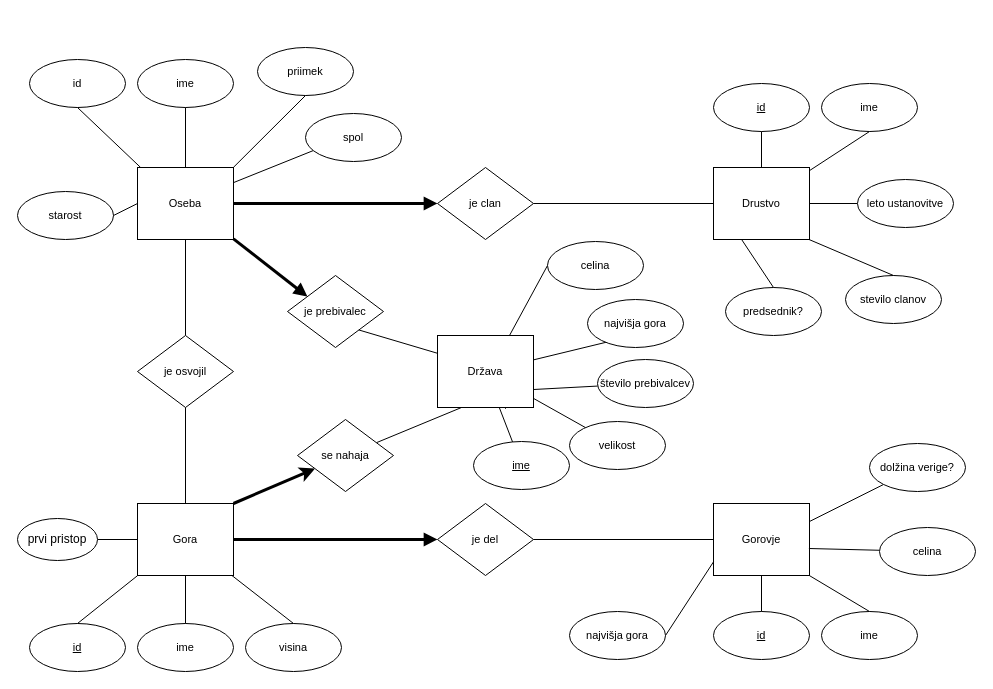
kokosinekm/Pohodnistvo keeps this draw.io diagram as Diagram/Pohodnistvo diagram.drawio. Above is the earlier version. Source tidied: cells renumbered, new cells numbered last; positions are measured from the earlier drawing's top-left corner, leaving out a move shared by most shapes. Both pictures are drawn from the tidied source at 100%, with x=0, y=0 at pixel (17, 47).
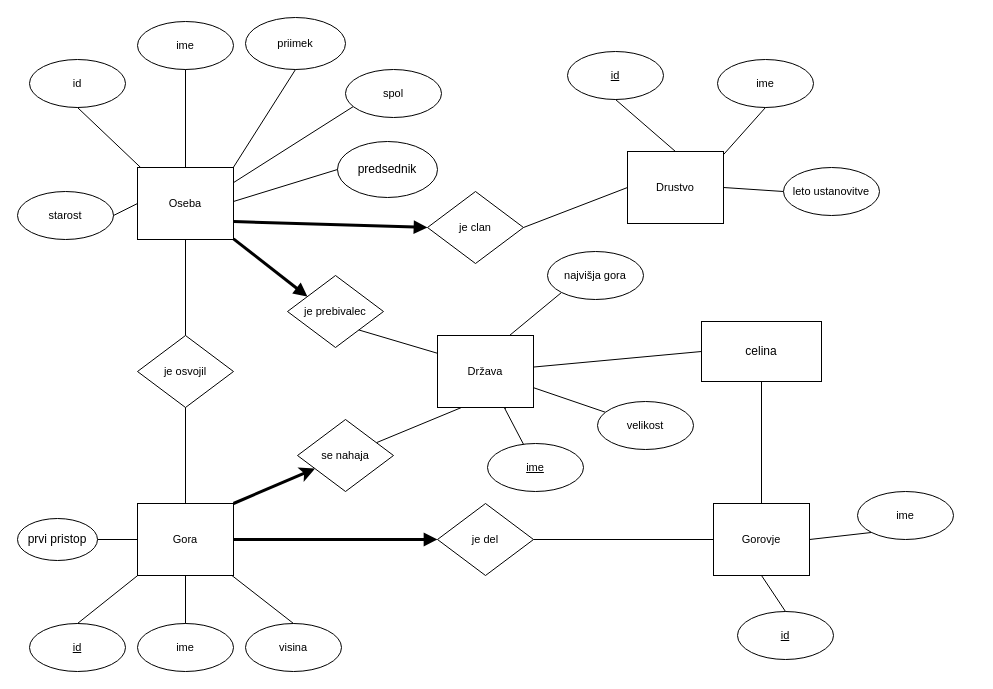
The same page after the edit.

Unchanged cells that the change refers to:
```xml
<mxCell id="2" value="Oseba" style="html=1;whiteSpace=wrap;fontSize=11;fontColor=#000000;spacing=3;strokeOpacity=100;" parent="1" vertex="1">
  <mxGeometry x="120" y="120" width="96" height="72" as="geometry" />
</mxCell>
<mxCell id="32" value="Gorovje" style="html=1;whiteSpace=wrap;fontSize=11;fontColor=#000000;spacing=3;strokeOpacity=100;" parent="1" vertex="1">
  <mxGeometry x="696" y="456" width="96" height="72" as="geometry" />
</mxCell>
<mxCell id="42" value="Država" style="html=1;whiteSpace=wrap;fontSize=11;fontColor=#000000;spacing=3;strokeOpacity=100;" parent="1" vertex="1">
  <mxGeometry x="420" y="288" width="96" height="72" as="geometry" />
</mxCell>
```

The edit, as a diff of the source:
```diff
@@
     <mxCell id="4" value="priimek" style="html=1;whiteSpace=wrap;ellipse;fontSize=11;fontColor=#000000;spacing=3;strokeOpacity=100;" parent="1" vertex="1">
-      <mxGeometry x="240" width="96" height="48" as="geometry" />
+      <mxGeometry x="228" y="-30" width="100" height="52" as="geometry" />
     </mxCell>
     <mxCell id="5" value="ime" style="html=1;whiteSpace=wrap;ellipse;fontSize=11;fontColor=#000000;spacing=3;strokeOpacity=100;" parent="1" vertex="1">
-      <mxGeometry x="120" y="12" width="96" height="48" as="geometry" />
+      <mxGeometry x="120" y="-26" width="96" height="48" as="geometry" />
     </mxCell>
@@
     <mxCell id="8" value="je clan" style="html=1;whiteSpace=wrap;rhombus;fontSize=11;fontColor=#000000;spacing=3;strokeOpacity=100;" parent="1" vertex="1">
-      <mxGeometry x="420" y="120" width="96" height="72" as="geometry" />
+      <mxGeometry x="410" y="144" width="96" height="72" as="geometry" />
     </mxCell>
     <mxCell id="9" value="Drustvo" style="html=1;whiteSpace=wrap;fontSize=11;fontColor=#000000;spacing=3;strokeOpacity=100;" parent="1" vertex="1">
-      <mxGeometry x="696" y="120" width="96" height="72" as="geometry" />
+      <mxGeometry x="610" y="104" width="96" height="72" as="geometry" />
     </mxCell>
     <mxCell id="10" value="id" style="html=1;whiteSpace=wrap;ellipse;fontSize=11;fontColor=#000000;fontStyle=4;spacing=3;strokeOpacity=100;" parent="1" vertex="1">
-      <mxGeometry x="696" y="36" width="96" height="48" as="geometry" />
+      <mxGeometry x="550" y="4" width="96" height="48" as="geometry" />
     </mxCell>
     <mxCell id="11" value="ime" style="html=1;whiteSpace=wrap;ellipse;fontSize=11;fontColor=#000000;spacing=3;strokeOpacity=100;" parent="1" vertex="1">
-      <mxGeometry x="804" y="36" width="96" height="48" as="geometry" />
+      <mxGeometry x="700" y="12" width="96" height="48" as="geometry" />
     </mxCell>
@@
-    <mxCell id="13" style="html=1;jettySize=18;fontSize=11;strokeOpacity=100;strokeWidth=3;rounded=1;arcSize=0;startArrow=none;endArrow=block;endFill=1;exitX=1.00625;exitY=0.5;exitPerimeter=1;entryX=-0.010416666666666696;entryY=0.5;entryPerimeter=1;" parent="1" edge="1" source="2" target="8">
-      <mxGeometry relative="1" as="geometry" />
+    <mxCell id="13" style="html=1;jettySize=18;fontSize=11;strokeOpacity=100;strokeWidth=3;rounded=1;arcSize=0;startArrow=none;endArrow=block;endFill=1;entryX=-0.010416666666666696;entryY=0.5;entryPerimeter=1;" parent="1" edge="1" target="8">
+      <mxGeometry relative="1" as="geometry">
+        <mxPoint x="216" y="174" as="sourcePoint" />
+      </mxGeometry>
     </mxCell>
@@
-    <mxCell id="30" style="rounded=0;jettySize=auto;html=1;exitX=1;exitY=0.25;exitDx=0;exitDy=0;entryX=0;entryY=1;entryDx=0;entryDy=0;strokeColor=none;" parent="1" edge="1" source="32" target="62">
-      <mxGeometry relative="1" as="geometry" />
+    <mxCell id="30" style="rounded=0;jettySize=auto;html=1;exitX=1;exitY=0.25;exitDx=0;exitDy=0;entryX=0;entryY=1;entryDx=0;entryDy=0;strokeColor=none;" parent="1" edge="1" source="32">
+      <mxGeometry relative="1" as="geometry">
+        <mxPoint x="866.1" y="437" as="targetPoint" />
+      </mxGeometry>
     </mxCell>
-    <mxCell id="31" style="edgeStyle=none;rounded=0;jettySize=auto;html=1;exitX=1;exitY=0.25;exitDx=0;exitDy=0;entryX=0;entryY=1;entryDx=0;entryDy=0;startArrow=none;startFill=0;endArrow=none;endFill=0;strokeColor=#000000;" parent="1" edge="1" source="32" target="62">
-      <mxGeometry relative="1" as="geometry" />
-    </mxCell>
@@
     <mxCell id="35" value="id" style="html=1;whiteSpace=wrap;ellipse;fontSize=11;fontColor=#000000;fontStyle=4;spacing=3;strokeOpacity=100;" parent="1" vertex="1">
-      <mxGeometry x="696" y="564" width="96" height="48" as="geometry" />
+      <mxGeometry x="720" y="564" width="96" height="48" as="geometry" />
     </mxCell>
     <mxCell id="36" value="ime" style="html=1;whiteSpace=wrap;ellipse;fontSize=11;fontColor=#000000;spacing=3;strokeOpacity=100;" parent="1" vertex="1">
-      <mxGeometry x="804" y="564" width="96" height="48" as="geometry" />
+      <mxGeometry x="840" y="444" width="96" height="48" as="geometry" />
     </mxCell>
@@
-    <mxCell id="38" style="html=1;jettySize=18;fontSize=11;strokeOpacity=100;rounded=1;arcSize=0;startArrow=none;endArrow=none;exitX=1.00625;exitY=1.0083333333333333;exitPerimeter=1;entryX=0.5;entryY=-0.012500106582112824;entryPerimeter=1;" parent="1" edge="1" source="32" target="36">
+    <mxCell id="38" style="html=1;jettySize=18;fontSize=11;strokeOpacity=100;rounded=1;arcSize=0;startArrow=none;endArrow=none;exitX=1;exitY=0.5;entryX=0;entryY=1;entryDx=0;entryDy=0;exitDx=0;exitDy=0;" parent="1" edge="1" source="32" target="36">
       <mxGeometry relative="1" as="geometry" />
     </mxCell>
@@
-    <mxCell id="40" style="html=1;jettySize=18;fontSize=11;strokeOpacity=100;rounded=1;arcSize=0;startArrow=none;endArrow=none;" parent="1" edge="1">
-      <mxGeometry relative="1" as="geometry">
-        <mxPoint x="517" y="156" as="sourcePoint" />
-        <mxPoint x="695" y="156" as="targetPoint" />
-      </mxGeometry>
-    </mxCell>
@@
-    <mxCell id="46" style="html=1;jettySize=18;fontSize=11;strokeOpacity=100;rounded=1;arcSize=0;startArrow=none;endArrow=none;exitX=-0.00625005371627152;exitY=0.5;exitPerimeter=1;entryX=0.75;entryY=0;entryDx=0;entryDy=0;" parent="1" edge="1" source="54" target="42">
-      <mxGeometry relative="1" as="geometry" />
-    </mxCell>
-    <mxCell id="47" style="html=1;jettySize=18;fontSize=11;strokeOpacity=100;rounded=1;arcSize=0;startArrow=none;endArrow=none;exitX=-0.00625;exitY=0.8143018915496479;exitPerimeter=1;entryX=1.0062500537162715;entryY=0.5;entryPerimeter=1;" parent="1" edge="1" source="32" target="57">
-      <mxGeometry relative="1" as="geometry" />
-    </mxCell>
-    <mxCell id="48" style="html=1;jettySize=18;fontSize=11;strokeOpacity=100;rounded=1;arcSize=0;startArrow=none;endArrow=none;exitX=1.0062500537162715;exitY=0.5;exitPerimeter=1;" parent="1" edge="1" source="55" target="42">
+    <mxCell id="48" style="html=1;jettySize=18;fontSize=11;strokeOpacity=100;rounded=1;arcSize=0;startArrow=none;endArrow=none;exitX=0;exitY=1;exitDx=0;exitDy=0;entryX=0.75;entryY=0;entryDx=0;entryDy=0;" parent="1" edge="1" source="55" target="42">
       <mxGeometry relative="1" as="geometry" />
     </mxCell>
@@
     <mxCell id="50" value="spol" style="html=1;whiteSpace=wrap;ellipse;fontSize=11;fontColor=#000000;align=center;spacing=3;strokeOpacity=100;fillOpacity=100;fillColor=#ffffff;" parent="1" vertex="1">
-      <mxGeometry x="288" y="66" width="96" height="48" as="geometry" />
+      <mxGeometry x="328" y="22" width="96" height="48" as="geometry" />
     </mxCell>
@@
-    <mxCell id="54" value="celina" style="html=1;whiteSpace=wrap;ellipse;fontSize=11;fontColor=#000000;align=center;spacing=3;strokeOpacity=100;fillOpacity=100;fillColor=#ffffff;" parent="1" vertex="1">
-      <mxGeometry x="530" y="194" width="96" height="48" as="geometry" />
-    </mxCell>
     <mxCell id="55" value="najvišja gora" style="html=1;whiteSpace=wrap;ellipse;fontSize=11;fontColor=#000000;align=center;spacing=3;strokeOpacity=100;fillOpacity=100;fillColor=#ffffff;" parent="1" vertex="1">
-      <mxGeometry x="570" y="252" width="96" height="48" as="geometry" />
+      <mxGeometry x="530" y="204" width="96" height="48" as="geometry" />
     </mxCell>
     <mxCell id="56" value="leto ustanovitve" style="html=1;whiteSpace=wrap;ellipse;fontSize=11;fontColor=#000000;align=center;spacing=3;strokeOpacity=100;fillOpacity=100;fillColor=#ffffff;" parent="1" vertex="1">
-      <mxGeometry x="840" y="132" width="96" height="48" as="geometry" />
+      <mxGeometry x="766" y="120" width="96" height="48" as="geometry" />
     </mxCell>
-    <mxCell id="57" value="najvišja gora" style="html=1;whiteSpace=wrap;ellipse;fontSize=11;fontColor=#000000;align=center;spacing=3;strokeOpacity=100;fillOpacity=100;fillColor=#ffffff;" parent="1" vertex="1">
-      <mxGeometry x="552" y="564" width="96" height="48" as="geometry" />
-    </mxCell>
-    <mxCell id="58" value="stevilo clanov" style="html=1;whiteSpace=wrap;ellipse;fontSize=11;fontColor=#000000;align=center;spacing=3;strokeOpacity=100;fillOpacity=100;fillColor=#ffffff;" parent="1" vertex="1">
-      <mxGeometry x="828" y="228" width="96" height="48" as="geometry" />
-    </mxCell>
-    <mxCell id="59" style="html=1;jettySize=18;fontSize=11;strokeOpacity=100;rounded=1;arcSize=0;startArrow=none;endArrow=none;exitX=1.003446971387764;exitY=1.0083333333333333;exitPerimeter=1;entryX=0.5;entryY=-0.012500106582112735;entryPerimeter=1;" parent="1" edge="1" source="9" target="58">
-      <mxGeometry relative="1" as="geometry" />
-    </mxCell>
-    <mxCell id="60" value="predsednik?" style="html=1;whiteSpace=wrap;ellipse;fontSize=11;fontColor=#000000;align=center;spacing=3;strokeOpacity=100;fillOpacity=100;fillColor=#ffffff;" parent="1" vertex="1">
-      <mxGeometry x="708" y="240" width="96" height="48" as="geometry" />
-    </mxCell>
-    <mxCell id="61" style="html=1;jettySize=18;fontSize=11;strokeOpacity=100;rounded=1;arcSize=0;startArrow=none;endArrow=none;exitX=0.2894343128855694;exitY=1.0083333333333333;exitPerimeter=1;entryX=0.5;entryY=-0.012500106582112735;entryPerimeter=1;" parent="1" edge="1" source="9" target="60">
-      <mxGeometry relative="1" as="geometry" />
-    </mxCell>
-    <mxCell id="62" value="dolžina verige?" style="html=1;whiteSpace=wrap;ellipse;fontSize=11;fontColor=#000000;align=center;spacing=3;strokeOpacity=100;fillOpacity=100;fillColor=#ffffff;" parent="1" vertex="1">
-      <mxGeometry x="852" y="396" width="96" height="48" as="geometry" />
-    </mxCell>
@@
-    <mxCell id="66" style="edgeStyle=none;rounded=0;jettySize=auto;html=1;entryX=0.994;entryY=0.625;entryDx=0;entryDy=0;entryPerimeter=0;endArrow=none;endFill=0;strokeWidth=1;" parent="1" edge="1" source="67" target="32">
-      <mxGeometry relative="1" as="geometry" />
-    </mxCell>
-    <mxCell id="67" value="celina" style="html=1;whiteSpace=wrap;ellipse;fontSize=11;fontColor=#000000;align=center;spacing=3;strokeOpacity=100;fillOpacity=100;fillColor=#ffffff;" parent="1" vertex="1">
-      <mxGeometry x="862" y="480" width="96" height="48" as="geometry" />
-    </mxCell>
-    <mxCell id="68" style="edgeStyle=none;rounded=0;jettySize=auto;html=1;entryX=1;entryY=0.75;entryDx=0;entryDy=0;endArrow=none;endFill=0;strokeWidth=1;" parent="1" edge="1" source="69" target="42">
-      <mxGeometry relative="1" as="geometry" />
-    </mxCell>
-    <mxCell id="69" value="število prebivalcev" style="html=1;whiteSpace=wrap;ellipse;fontSize=11;fontColor=#000000;align=center;spacing=3;strokeOpacity=100;fillOpacity=100;fillColor=#ffffff;" parent="1" vertex="1">
-      <mxGeometry x="580" y="312" width="96" height="48" as="geometry" />
-    </mxCell>
@@
     <mxCell id="71" value="velikost" style="html=1;whiteSpace=wrap;ellipse;fontSize=11;fontColor=#000000;align=center;spacing=3;strokeOpacity=100;fillOpacity=100;fillColor=#ffffff;" parent="1" vertex="1">
-      <mxGeometry x="552" y="374" width="96" height="48" as="geometry" />
+      <mxGeometry x="580" y="354" width="96" height="48" as="geometry" />
     </mxCell>
@@
     <mxCell id="73" value="&lt;u&gt;ime&lt;/u&gt;" style="html=1;whiteSpace=wrap;ellipse;fontSize=11;fontColor=#000000;align=center;spacing=3;strokeOpacity=100;fillOpacity=100;fillColor=#ffffff;" parent="1" vertex="1">
-      <mxGeometry x="456" y="394" width="96" height="48" as="geometry" />
+      <mxGeometry x="470" y="396" width="96" height="48" as="geometry" />
     </mxCell>
+    <mxCell id="74" value="celina" style="rounded=0;whiteSpace=wrap;html=1;" parent="1" vertex="1">
+      <mxGeometry x="684" y="274" width="120" height="60" as="geometry" />
+    </mxCell>
+    <mxCell id="75" style="endArrow=none;html=1;entryX=0;entryY=0.5;entryDx=0;entryDy=0;" parent="1" edge="1" source="42" target="74">
+      <mxGeometry relative="1" as="geometry" />
+    </mxCell>
+    <mxCell id="76" style="endArrow=none;html=1;exitX=0.5;exitY=0;exitDx=0;exitDy=0;entryX=0.5;entryY=1;entryDx=0;entryDy=0;" parent="1" edge="1" source="32" target="74">
+      <mxGeometry relative="1" as="geometry" />
+    </mxCell>
+    <mxCell id="77" value="predsednik" style="ellipse;whiteSpace=wrap;html=1;" parent="1" vertex="1">
+      <mxGeometry x="320" y="94" width="100" height="56" as="geometry" />
+    </mxCell>
+    <mxCell id="78" style="endArrow=none;html=1;strokeWidth=1;exitX=1;exitY=0.472;exitDx=0;exitDy=0;entryX=0;entryY=0.5;entryDx=0;entryDy=0;exitPerimeter=0;" parent="1" edge="1" source="2" target="77">
+      <mxGeometry relative="1" as="geometry" />
+    </mxCell>
```
